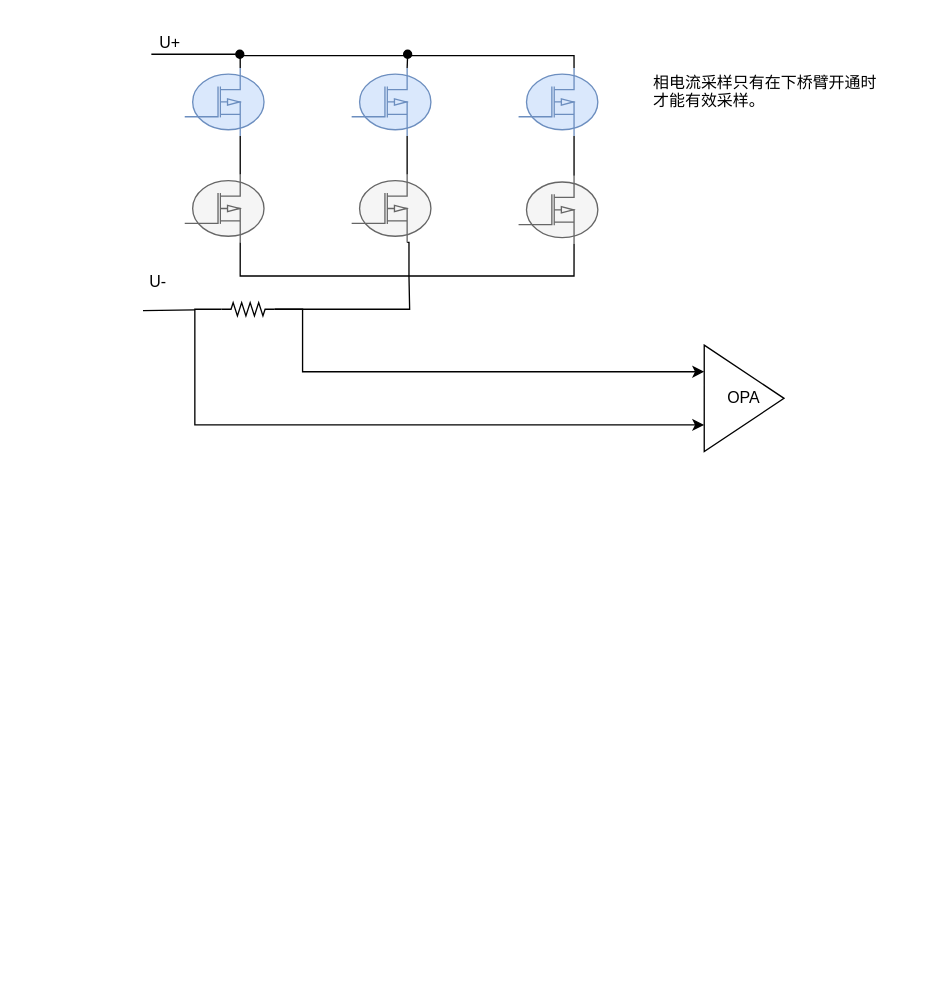
Vinson-001/Blog-flow-chart keeps this draw.io diagram as page "单电阻采样" (4 of 4) of 电机采样电路分析.drawio. Above is the earlier version. Source tidied: cells renumbered, new cells numbered last; positions are measured from the earlier drawing's top-left corner, leaving out a move shared by most shapes. Both pictures are drawn from the tidied source at 133%, with x=0, y=0 at pixel (130, 23).
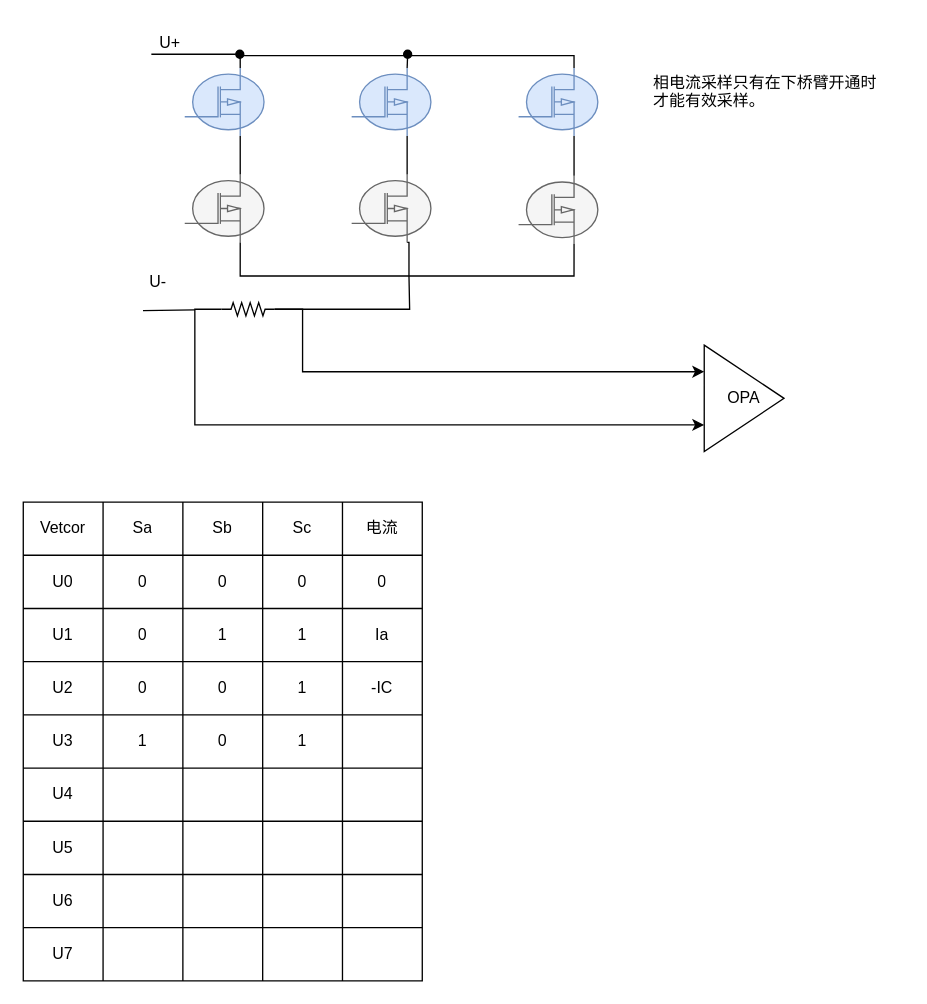
Above is the later version.

Commit message (it also covers changes not shown here):
更新电机采样电路分析.drawio

The edit, as a diff of the source:
```diff
@@
+    <mxCell id="25" style="shape=table;startSize=0;childLayout=tableLayout;" parent="1" vertex="1">
+      <mxGeometry x="-81" y="360" width="300" height="360" as="geometry" />
+    </mxCell>
+    <mxCell id="26" style="shape=tableRow;horizontal=0;startSize=0;swimlaneHead=0;swimlaneBody=0;strokeColor=inherit;top=0;left=0;bottom=0;right=0;fillColor=none;" parent="25" vertex="1">
+      <mxGeometry width="300" height="40" as="geometry" />
+    </mxCell>
+    <mxCell id="27" value="Vetcor" style="shape=partialRectangle;html=1;whiteSpace=wrap;strokeColor=inherit;overflow=hidden;fillColor=none;top=0;left=0;bottom=0;right=0;" parent="26" vertex="1">
+      <mxGeometry width="60" height="40" as="geometry" />
+    </mxCell>
+    <mxCell id="28" value="Sa" style="shape=partialRectangle;html=1;whiteSpace=wrap;strokeColor=inherit;overflow=hidden;fillColor=none;top=0;left=0;bottom=0;right=0;" parent="26" vertex="1">
+      <mxGeometry x="60" width="60" height="40" as="geometry" />
+    </mxCell>
+    <mxCell id="29" value="Sb" style="shape=partialRectangle;html=1;whiteSpace=wrap;strokeColor=inherit;overflow=hidden;fillColor=none;top=0;left=0;bottom=0;right=0;" parent="26" vertex="1">
+      <mxGeometry x="120" width="60" height="40" as="geometry" />
+    </mxCell>
+    <mxCell id="30" value="Sc" style="shape=partialRectangle;html=1;whiteSpace=wrap;strokeColor=inherit;overflow=hidden;fillColor=none;top=0;left=0;bottom=0;right=0;" parent="26" vertex="1">
+      <mxGeometry x="180" width="60" height="40" as="geometry" />
+    </mxCell>
+    <mxCell id="31" value="电流" style="shape=partialRectangle;html=1;whiteSpace=wrap;strokeColor=inherit;overflow=hidden;fillColor=none;top=0;left=0;bottom=0;right=0;" parent="26" vertex="1">
+      <mxGeometry x="240" width="60" height="40" as="geometry" />
+    </mxCell>
+    <mxCell id="32" style="shape=tableRow;horizontal=0;startSize=0;swimlaneHead=0;swimlaneBody=0;strokeColor=inherit;top=0;left=0;bottom=0;right=0;fillColor=none;" parent="25" vertex="1">
+      <mxGeometry y="40" width="300" height="40" as="geometry" />
+    </mxCell>
+    <mxCell id="33" value="U0" style="shape=partialRectangle;html=1;whiteSpace=wrap;strokeColor=inherit;overflow=hidden;fillColor=none;top=0;left=0;bottom=0;right=0;" parent="32" vertex="1">
+      <mxGeometry width="60" height="40" as="geometry" />
+    </mxCell>
+    <mxCell id="34" value="0" style="shape=partialRectangle;html=1;whiteSpace=wrap;strokeColor=inherit;overflow=hidden;fillColor=none;top=0;left=0;bottom=0;right=0;" parent="32" vertex="1">
+      <mxGeometry x="60" width="60" height="40" as="geometry" />
+    </mxCell>
+    <mxCell id="35" value="0" style="shape=partialRectangle;html=1;whiteSpace=wrap;strokeColor=inherit;overflow=hidden;fillColor=none;top=0;left=0;bottom=0;right=0;" parent="32" vertex="1">
+      <mxGeometry x="120" width="60" height="40" as="geometry" />
+    </mxCell>
+    <mxCell id="36" value="0" style="shape=partialRectangle;html=1;whiteSpace=wrap;strokeColor=inherit;overflow=hidden;fillColor=none;top=0;left=0;bottom=0;right=0;" parent="32" vertex="1">
+      <mxGeometry x="180" width="60" height="40" as="geometry" />
+    </mxCell>
+    <mxCell id="37" value="0" style="shape=partialRectangle;html=1;whiteSpace=wrap;strokeColor=inherit;overflow=hidden;fillColor=none;top=0;left=0;bottom=0;right=0;" parent="32" vertex="1">
+      <mxGeometry x="240" width="60" height="40" as="geometry" />
+    </mxCell>
+    <mxCell id="38" style="shape=tableRow;horizontal=0;startSize=0;swimlaneHead=0;swimlaneBody=0;strokeColor=inherit;top=0;left=0;bottom=0;right=0;fillColor=none;" parent="25" vertex="1">
+      <mxGeometry y="80" width="300" height="40" as="geometry" />
+    </mxCell>
+    <mxCell id="39" value="U1" style="shape=partialRectangle;html=1;whiteSpace=wrap;strokeColor=inherit;overflow=hidden;fillColor=none;top=0;left=0;bottom=0;right=0;" parent="38" vertex="1">
+      <mxGeometry width="60" height="40" as="geometry" />
+    </mxCell>
+    <mxCell id="40" value="0" style="shape=partialRectangle;html=1;whiteSpace=wrap;strokeColor=inherit;overflow=hidden;fillColor=none;top=0;left=0;bottom=0;right=0;" parent="38" vertex="1">
+      <mxGeometry x="60" width="60" height="40" as="geometry" />
+    </mxCell>
+    <mxCell id="41" value="1" style="shape=partialRectangle;html=1;whiteSpace=wrap;strokeColor=inherit;overflow=hidden;fillColor=none;top=0;left=0;bottom=0;right=0;" parent="38" vertex="1">
+      <mxGeometry x="120" width="60" height="40" as="geometry" />
+    </mxCell>
+    <mxCell id="42" value="1" style="shape=partialRectangle;html=1;whiteSpace=wrap;strokeColor=inherit;overflow=hidden;fillColor=none;top=0;left=0;bottom=0;right=0;" parent="38" vertex="1">
+      <mxGeometry x="180" width="60" height="40" as="geometry" />
+    </mxCell>
+    <mxCell id="43" value="Ia" style="shape=partialRectangle;html=1;whiteSpace=wrap;strokeColor=inherit;overflow=hidden;fillColor=none;top=0;left=0;bottom=0;right=0;" parent="38" vertex="1">
+      <mxGeometry x="240" width="60" height="40" as="geometry" />
+    </mxCell>
+    <mxCell id="44" style="shape=tableRow;horizontal=0;startSize=0;swimlaneHead=0;swimlaneBody=0;strokeColor=inherit;top=0;left=0;bottom=0;right=0;fillColor=none;" parent="25" vertex="1">
+      <mxGeometry y="120" width="300" height="40" as="geometry" />
+    </mxCell>
+    <mxCell id="45" value="U2" style="shape=partialRectangle;html=1;whiteSpace=wrap;strokeColor=inherit;overflow=hidden;fillColor=none;top=0;left=0;bottom=0;right=0;" parent="44" vertex="1">
+      <mxGeometry width="60" height="40" as="geometry" />
+    </mxCell>
+    <mxCell id="46" value="0" style="shape=partialRectangle;html=1;whiteSpace=wrap;strokeColor=inherit;overflow=hidden;fillColor=none;top=0;left=0;bottom=0;right=0;" parent="44" vertex="1">
+      <mxGeometry x="60" width="60" height="40" as="geometry" />
+    </mxCell>
+    <mxCell id="47" value="0" style="shape=partialRectangle;html=1;whiteSpace=wrap;strokeColor=inherit;overflow=hidden;fillColor=none;top=0;left=0;bottom=0;right=0;" parent="44" vertex="1">
+      <mxGeometry x="120" width="60" height="40" as="geometry" />
+    </mxCell>
+    <mxCell id="48" value="1" style="shape=partialRectangle;html=1;whiteSpace=wrap;strokeColor=inherit;overflow=hidden;fillColor=none;top=0;left=0;bottom=0;right=0;" parent="44" vertex="1">
+      <mxGeometry x="180" width="60" height="40" as="geometry" />
+    </mxCell>
+    <mxCell id="49" value="-IC" style="shape=partialRectangle;html=1;whiteSpace=wrap;strokeColor=inherit;overflow=hidden;fillColor=none;top=0;left=0;bottom=0;right=0;" parent="44" vertex="1">
+      <mxGeometry x="240" width="60" height="40" as="geometry" />
+    </mxCell>
+    <mxCell id="50" style="shape=tableRow;horizontal=0;startSize=0;swimlaneHead=0;swimlaneBody=0;strokeColor=inherit;top=0;left=0;bottom=0;right=0;fillColor=none;" parent="25" vertex="1">
+      <mxGeometry y="160" width="300" height="40" as="geometry" />
+    </mxCell>
+    <mxCell id="51" value="U3" style="shape=partialRectangle;html=1;whiteSpace=wrap;strokeColor=inherit;overflow=hidden;fillColor=none;top=0;left=0;bottom=0;right=0;" parent="50" vertex="1">
+      <mxGeometry width="60" height="40" as="geometry" />
+    </mxCell>
+    <mxCell id="52" value="1" style="shape=partialRectangle;html=1;whiteSpace=wrap;strokeColor=inherit;overflow=hidden;fillColor=none;top=0;left=0;bottom=0;right=0;" parent="50" vertex="1">
+      <mxGeometry x="60" width="60" height="40" as="geometry" />
+    </mxCell>
+    <mxCell id="53" value="0" style="shape=partialRectangle;html=1;whiteSpace=wrap;strokeColor=inherit;overflow=hidden;fillColor=none;top=0;left=0;bottom=0;right=0;" parent="50" vertex="1">
+      <mxGeometry x="120" width="60" height="40" as="geometry" />
+    </mxCell>
+    <mxCell id="54" value="1" style="shape=partialRectangle;html=1;whiteSpace=wrap;strokeColor=inherit;overflow=hidden;fillColor=none;top=0;left=0;bottom=0;right=0;" parent="50" vertex="1">
+      <mxGeometry x="180" width="60" height="40" as="geometry" />
+    </mxCell>
+    <mxCell id="55" style="shape=partialRectangle;html=1;whiteSpace=wrap;strokeColor=inherit;overflow=hidden;fillColor=none;top=0;left=0;bottom=0;right=0;" parent="50" vertex="1">
+      <mxGeometry x="240" width="60" height="40" as="geometry" />
+    </mxCell>
+    <mxCell id="56" style="shape=tableRow;horizontal=0;startSize=0;swimlaneHead=0;swimlaneBody=0;strokeColor=inherit;top=0;left=0;bottom=0;right=0;fillColor=none;" parent="25" vertex="1">
+      <mxGeometry y="200" width="300" height="40" as="geometry" />
+    </mxCell>
+    <mxCell id="57" value="U4" style="shape=partialRectangle;html=1;whiteSpace=wrap;strokeColor=inherit;overflow=hidden;fillColor=none;top=0;left=0;bottom=0;right=0;" parent="56" vertex="1">
+      <mxGeometry width="60" height="40" as="geometry" />
+    </mxCell>
+    <mxCell id="58" style="shape=partialRectangle;html=1;whiteSpace=wrap;strokeColor=inherit;overflow=hidden;fillColor=none;top=0;left=0;bottom=0;right=0;" parent="56" vertex="1">
+      <mxGeometry x="60" width="60" height="40" as="geometry" />
+    </mxCell>
+    <mxCell id="59" style="shape=partialRectangle;html=1;whiteSpace=wrap;strokeColor=inherit;overflow=hidden;fillColor=none;top=0;left=0;bottom=0;right=0;" parent="56" vertex="1">
+      <mxGeometry x="120" width="60" height="40" as="geometry" />
+    </mxCell>
+    <mxCell id="60" style="shape=partialRectangle;html=1;whiteSpace=wrap;strokeColor=inherit;overflow=hidden;fillColor=none;top=0;left=0;bottom=0;right=0;" parent="56" vertex="1">
+      <mxGeometry x="180" width="60" height="40" as="geometry" />
+    </mxCell>
+    <mxCell id="61" style="shape=partialRectangle;html=1;whiteSpace=wrap;strokeColor=inherit;overflow=hidden;fillColor=none;top=0;left=0;bottom=0;right=0;" parent="56" vertex="1">
+      <mxGeometry x="240" width="60" height="40" as="geometry" />
+    </mxCell>
+    <mxCell id="62" style="shape=tableRow;horizontal=0;startSize=0;swimlaneHead=0;swimlaneBody=0;strokeColor=inherit;top=0;left=0;bottom=0;right=0;fillColor=none;" parent="25" vertex="1">
+      <mxGeometry y="240" width="300" height="40" as="geometry" />
+    </mxCell>
+    <mxCell id="63" value="U5" style="shape=partialRectangle;html=1;whiteSpace=wrap;strokeColor=inherit;overflow=hidden;fillColor=none;top=0;left=0;bottom=0;right=0;" parent="62" vertex="1">
+      <mxGeometry width="60" height="40" as="geometry" />
+    </mxCell>
+    <mxCell id="64" style="shape=partialRectangle;html=1;whiteSpace=wrap;strokeColor=inherit;overflow=hidden;fillColor=none;top=0;left=0;bottom=0;right=0;" parent="62" vertex="1">
+      <mxGeometry x="60" width="60" height="40" as="geometry" />
+    </mxCell>
+    <mxCell id="65" style="shape=partialRectangle;html=1;whiteSpace=wrap;strokeColor=inherit;overflow=hidden;fillColor=none;top=0;left=0;bottom=0;right=0;" parent="62" vertex="1">
+      <mxGeometry x="120" width="60" height="40" as="geometry" />
+    </mxCell>
+    <mxCell id="66" style="shape=partialRectangle;html=1;whiteSpace=wrap;strokeColor=inherit;overflow=hidden;fillColor=none;top=0;left=0;bottom=0;right=0;" parent="62" vertex="1">
+      <mxGeometry x="180" width="60" height="40" as="geometry" />
+    </mxCell>
+    <mxCell id="67" style="shape=partialRectangle;html=1;whiteSpace=wrap;strokeColor=inherit;overflow=hidden;fillColor=none;top=0;left=0;bottom=0;right=0;" parent="62" vertex="1">
+      <mxGeometry x="240" width="60" height="40" as="geometry" />
+    </mxCell>
+    <mxCell id="68" style="shape=tableRow;horizontal=0;startSize=0;swimlaneHead=0;swimlaneBody=0;strokeColor=inherit;top=0;left=0;bottom=0;right=0;fillColor=none;" parent="25" vertex="1">
+      <mxGeometry y="280" width="300" height="40" as="geometry" />
+    </mxCell>
+    <mxCell id="69" value="U6" style="shape=partialRectangle;html=1;whiteSpace=wrap;strokeColor=inherit;overflow=hidden;fillColor=none;top=0;left=0;bottom=0;right=0;" parent="68" vertex="1">
+      <mxGeometry width="60" height="40" as="geometry" />
+    </mxCell>
+    <mxCell id="70" style="shape=partialRectangle;html=1;whiteSpace=wrap;strokeColor=inherit;overflow=hidden;fillColor=none;top=0;left=0;bottom=0;right=0;" parent="68" vertex="1">
+      <mxGeometry x="60" width="60" height="40" as="geometry" />
+    </mxCell>
+    <mxCell id="71" style="shape=partialRectangle;html=1;whiteSpace=wrap;strokeColor=inherit;overflow=hidden;fillColor=none;top=0;left=0;bottom=0;right=0;" parent="68" vertex="1">
+      <mxGeometry x="120" width="60" height="40" as="geometry" />
+    </mxCell>
+    <mxCell id="72" style="shape=partialRectangle;html=1;whiteSpace=wrap;strokeColor=inherit;overflow=hidden;fillColor=none;top=0;left=0;bottom=0;right=0;" parent="68" vertex="1">
+      <mxGeometry x="180" width="60" height="40" as="geometry" />
+    </mxCell>
+    <mxCell id="73" style="shape=partialRectangle;html=1;whiteSpace=wrap;strokeColor=inherit;overflow=hidden;fillColor=none;top=0;left=0;bottom=0;right=0;" parent="68" vertex="1">
+      <mxGeometry x="240" width="60" height="40" as="geometry" />
+    </mxCell>
+    <mxCell id="74" style="shape=tableRow;horizontal=0;startSize=0;swimlaneHead=0;swimlaneBody=0;strokeColor=inherit;top=0;left=0;bottom=0;right=0;fillColor=none;" parent="25" vertex="1">
+      <mxGeometry y="320" width="300" height="40" as="geometry" />
+    </mxCell>
+    <mxCell id="75" value="U7" style="shape=partialRectangle;html=1;whiteSpace=wrap;strokeColor=inherit;overflow=hidden;fillColor=none;top=0;left=0;bottom=0;right=0;" parent="74" vertex="1">
+      <mxGeometry width="60" height="40" as="geometry" />
+    </mxCell>
+    <mxCell id="76" style="shape=partialRectangle;html=1;whiteSpace=wrap;strokeColor=inherit;overflow=hidden;fillColor=none;top=0;left=0;bottom=0;right=0;" parent="74" vertex="1">
+      <mxGeometry x="60" width="60" height="40" as="geometry" />
+    </mxCell>
+    <mxCell id="77" style="shape=partialRectangle;html=1;whiteSpace=wrap;strokeColor=inherit;overflow=hidden;fillColor=none;top=0;left=0;bottom=0;right=0;" parent="74" vertex="1">
+      <mxGeometry x="120" width="60" height="40" as="geometry" />
+    </mxCell>
+    <mxCell id="78" style="shape=partialRectangle;html=1;whiteSpace=wrap;strokeColor=inherit;overflow=hidden;fillColor=none;top=0;left=0;bottom=0;right=0;" parent="74" vertex="1">
+      <mxGeometry x="180" width="60" height="40" as="geometry" />
+    </mxCell>
+    <mxCell id="79" style="shape=partialRectangle;html=1;whiteSpace=wrap;strokeColor=inherit;overflow=hidden;fillColor=none;top=0;left=0;bottom=0;right=0;" parent="74" vertex="1">
+      <mxGeometry x="240" width="60" height="40" as="geometry" />
+    </mxCell>
```
